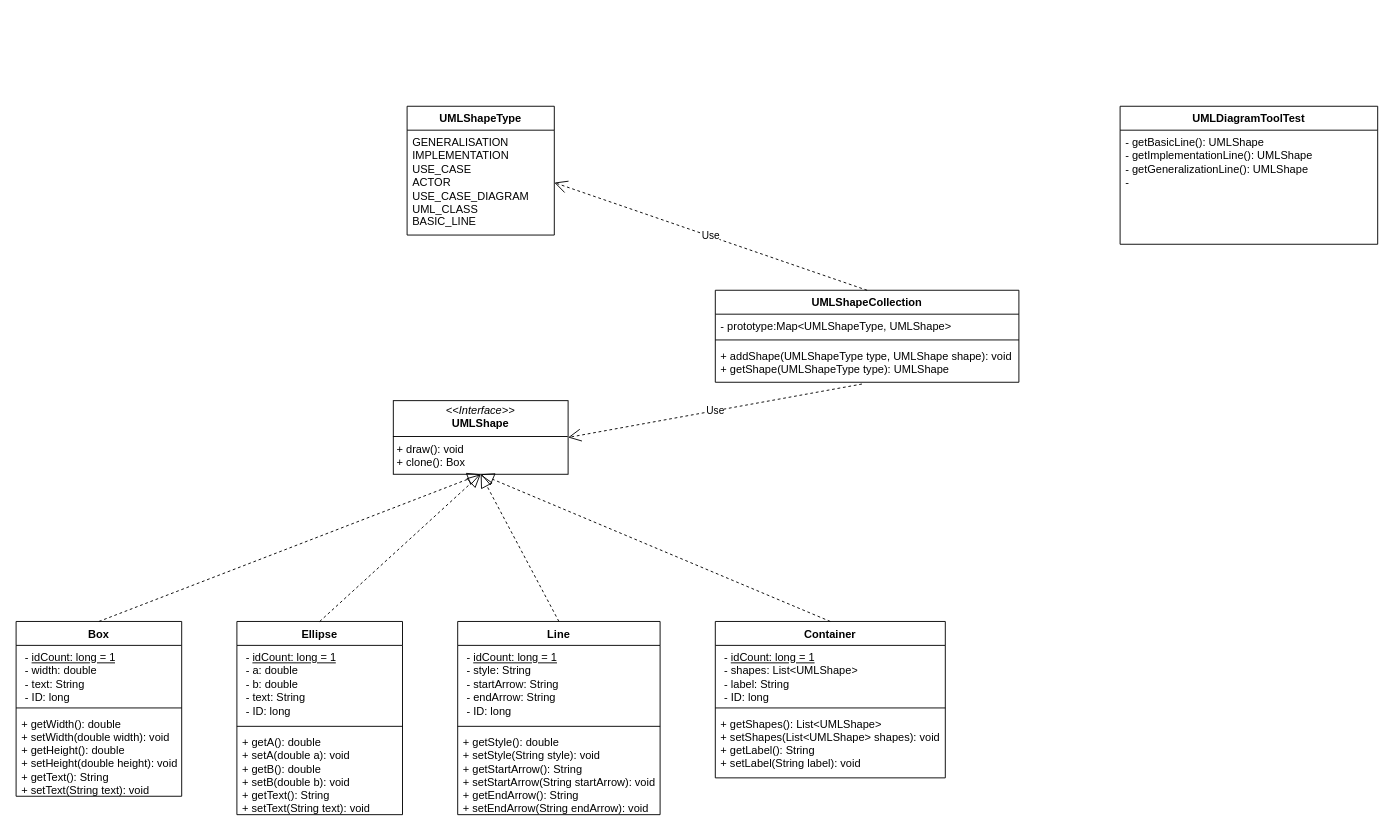
NguyenChHieu/graphs keeps this draw.io diagram as soft2201w5.drawio. Above is the earlier version. Source tidied: cells renumbered, new cells numbered last; positions are measured from the earlier drawing's top-left corner, leaving out a move shared by most shapes. Both pictures are drawn from the tidied source at 92%, with x=0, y=0 at pixel (16, 106).
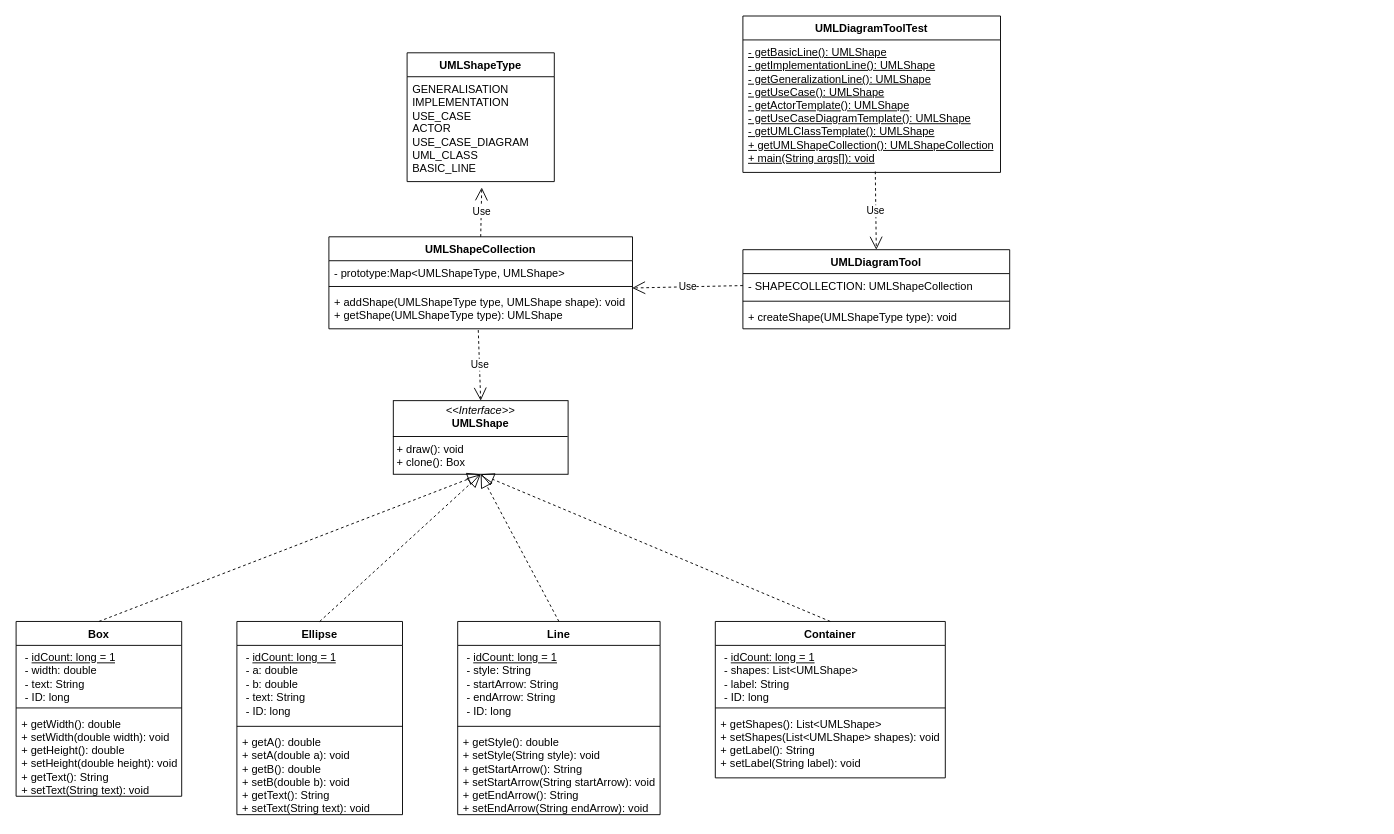
Above is the later version.

Unchanged cells that the change refers to:
```xml
<mxCell id="6" value="&lt;p style=&quot;margin:0px;margin-top:4px;text-align:center;&quot;&gt;&lt;i&gt;&amp;lt;&amp;lt;Interface&amp;gt;&amp;gt;&lt;/i&gt;&lt;br&gt;&lt;b&gt;UMLShape&lt;/b&gt;&lt;/p&gt;&lt;hr size=&quot;1&quot; style=&quot;border-style:solid;&quot;&gt;&lt;p style=&quot;margin:0px;margin-left:4px;&quot;&gt;+ draw(): void&lt;/p&gt;&lt;p style=&quot;margin:0px;margin-left:4px;&quot;&gt;+ clone(): Box&lt;/p&gt;" style="verticalAlign=top;align=left;overflow=fill;html=1;whiteSpace=wrap;" parent="1" vertex="1">
  <mxGeometry x="410" y="320" width="190" height="80" as="geometry" />
</mxCell>
<mxCell id="26" value="+ addShape(UMLShapeType type, UMLShape shape): void&lt;div&gt;+ getShape(UMLShapeType type): UMLShape&lt;/div&gt;" style="text;strokeColor=none;fillColor=none;align=left;verticalAlign=top;spacingLeft=4;spacingRight=4;overflow=hidden;points=[[0,0.5],[1,0.5]];portConstraint=eastwest;whiteSpace=wrap;html=1;" parent="23" vertex="1">
  <mxGeometry y="58" width="330" height="42" as="geometry" />
</mxCell>
<mxCell id="29" value="GENERALISATION&lt;div&gt;IMPLEMENTATION&lt;/div&gt;&lt;div&gt;USE_CASE&lt;/div&gt;&lt;div&gt;ACTOR&lt;/div&gt;&lt;div&gt;USE_CASE_DIAGRAM&lt;/div&gt;&lt;div&gt;UML_CLASS&lt;/div&gt;&lt;div&gt;BASIC_LINE&lt;/div&gt;" style="text;strokeColor=none;fillColor=none;align=left;verticalAlign=top;spacingLeft=4;spacingRight=4;overflow=hidden;points=[[0,0.5],[1,0.5]];portConstraint=eastwest;whiteSpace=wrap;html=1;" parent="28" vertex="1">
  <mxGeometry y="26" width="160" height="114" as="geometry" />
</mxCell>
```

What changed in the source:
```diff
@@
     <mxCell id="23" value="UMLShapeCollection" style="swimlane;fontStyle=1;align=center;verticalAlign=top;horizontal=1;startSize=26;whiteSpace=wrap;html=1;" parent="1" vertex="1">
-      <mxGeometry x="760" y="200" width="330" height="100" as="geometry" />
+      <mxGeometry x="340" y="141.9" width="330" height="100" as="geometry" />
     </mxCell>
@@
-    <mxCell id="27" value="Use" style="endArrow=open;endSize=12;dashed=1;html=1;rounded=0;exitX=0.483;exitY=1.046;exitDx=0;exitDy=0;exitPerimeter=0;entryX=1;entryY=0.5;entryDx=0;entryDy=0;" parent="1" edge="1" source="26" target="6">
+    <mxCell id="27" value="Use" style="endArrow=open;endSize=12;dashed=1;html=1;rounded=0;exitX=0.492;exitY=1.032;exitDx=0;exitDy=0;exitPerimeter=0;entryX=0.5;entryY=0;entryDx=0;entryDy=0;" parent="1" edge="1" source="26" target="6">
       <mxGeometry relative="1" as="geometry" />
     </mxCell>
     <mxCell id="28" value="UMLShapeType" style="swimlane;fontStyle=1;align=center;verticalAlign=top;horizontal=1;startSize=26;whiteSpace=wrap;html=1;" parent="1" vertex="1">
-      <mxGeometry x="425" width="160" height="140" as="geometry" />
+      <mxGeometry x="425" y="-58.1" width="160" height="140" as="geometry" />
     </mxCell>
@@
-    <mxCell id="30" value="Use" style="endArrow=open;endSize=12;dashed=1;html=1;rounded=0;exitX=0.5;exitY=0;exitDx=0;exitDy=0;entryX=1;entryY=0.5;entryDx=0;entryDy=0;" parent="1" edge="1" source="23" target="29">
+    <mxCell id="30" value="Use" style="endArrow=open;endSize=12;dashed=1;html=1;rounded=0;exitX=0.5;exitY=0;exitDx=0;exitDy=0;entryX=0.507;entryY=1.056;entryDx=0;entryDy=0;entryPerimeter=0;" parent="1" edge="1" source="23" target="29">
       <mxGeometry relative="1" as="geometry" />
     </mxCell>
     <mxCell id="31" value="UMLDiagramToolTest" style="swimlane;fontStyle=1;align=center;verticalAlign=top;horizontal=1;startSize=26;whiteSpace=wrap;html=1;" parent="1" vertex="1">
-      <mxGeometry x="1200" width="280" height="150" as="geometry" />
+      <mxGeometry x="790" y="-98.1" width="280" height="170" as="geometry" />
     </mxCell>
-    <mxCell id="32" value="- getBasicLine(): UMLShape&lt;div&gt;- getImplementationLine(): UMLShape&lt;/div&gt;&lt;div&gt;- getGeneralizationLine(): UMLShape&lt;/div&gt;&lt;div&gt;-&lt;/div&gt;" style="text;strokeColor=none;fillColor=none;align=left;verticalAlign=top;spacingLeft=4;spacingRight=4;overflow=hidden;points=[[0,0.5],[1,0.5]];portConstraint=eastwest;whiteSpace=wrap;html=1;" parent="31" vertex="1">
-      <mxGeometry y="26" width="280" height="124" as="geometry" />
+    <mxCell id="32" value="&lt;u&gt;- getBasicLine(): UMLShape&lt;/u&gt;&lt;div&gt;&lt;u&gt;- getImplementationLine(): UMLShape&lt;/u&gt;&lt;/div&gt;&lt;div&gt;&lt;u&gt;- getGeneralizationLine(): UMLShape&lt;/u&gt;&lt;/div&gt;&lt;div&gt;&lt;u&gt;- getUseCase(): UMLShape&lt;/u&gt;&lt;/div&gt;&lt;div&gt;&lt;u&gt;- getActorTemplate(): UMLShape&lt;/u&gt;&lt;/div&gt;&lt;div&gt;&lt;u&gt;- getUseCaseDiagramTemplate(): UMLShape&lt;/u&gt;&lt;/div&gt;&lt;div&gt;&lt;u&gt;- getUMLClassTemplate(): UMLShape&lt;/u&gt;&lt;/div&gt;&lt;div&gt;&lt;u&gt;+ getUMLShapeCollection(): UMLShapeCollection&lt;/u&gt;&lt;/div&gt;&lt;div&gt;&lt;u&gt;+ main(String args[]): void&lt;/u&gt;&lt;/div&gt;" style="text;strokeColor=none;fillColor=none;align=left;verticalAlign=top;spacingLeft=4;spacingRight=4;overflow=hidden;points=[[0,0.5],[1,0.5]];portConstraint=eastwest;whiteSpace=wrap;html=1;" parent="31" vertex="1">
+      <mxGeometry y="26" width="280" height="144" as="geometry" />
     </mxCell>
+    <mxCell id="33" value="UMLDiagramTool" style="swimlane;fontStyle=1;align=center;verticalAlign=top;horizontal=1;startSize=26;whiteSpace=wrap;html=1;" parent="1" vertex="1">
+      <mxGeometry x="790" y="155.9" width="290" height="86" as="geometry" />
+    </mxCell>
+    <mxCell id="34" value="- SHAPECOLLECTION: UMLShapeCollection" style="text;strokeColor=none;fillColor=none;align=left;verticalAlign=top;spacingLeft=4;spacingRight=4;overflow=hidden;points=[[0,0.5],[1,0.5]];portConstraint=eastwest;whiteSpace=wrap;html=1;" parent="33" vertex="1">
+      <mxGeometry y="26" width="290" height="26" as="geometry" />
+    </mxCell>
+    <mxCell id="35" style="line;strokeWidth=1;fillColor=none;align=left;verticalAlign=middle;spacingTop=-1;spacingLeft=3;spacingRight=3;labelPosition=right;strokeColor=inherit;" parent="33" vertex="1">
+      <mxGeometry y="52" width="290" height="8" as="geometry" />
+    </mxCell>
+    <mxCell id="36" value="+ createShape(UMLShapeType type): void" style="text;strokeColor=none;fillColor=none;align=left;verticalAlign=top;spacingLeft=4;spacingRight=4;overflow=hidden;whiteSpace=wrap;html=1;" parent="33" vertex="1">
+      <mxGeometry y="60" width="290" height="26" as="geometry" />
+    </mxCell>
+    <mxCell id="37" value="Use" style="endArrow=open;endSize=12;dashed=1;html=1;rounded=0;exitX=0;exitY=0.5;exitDx=0;exitDy=0;entryX=0.999;entryY=-0.056;entryDx=0;entryDy=0;entryPerimeter=0;" parent="1" edge="1" source="34" target="26">
+      <mxGeometry relative="1" as="geometry" />
+    </mxCell>
+    <mxCell id="38" value="Use" style="endArrow=open;endSize=12;dashed=1;html=1;rounded=0;exitX=0.514;exitY=0.993;exitDx=0;exitDy=0;exitPerimeter=0;entryX=0.5;entryY=0;entryDx=0;entryDy=0;" parent="1" edge="1" source="32" target="33">
+      <mxGeometry relative="1" as="geometry" />
+    </mxCell>
```
